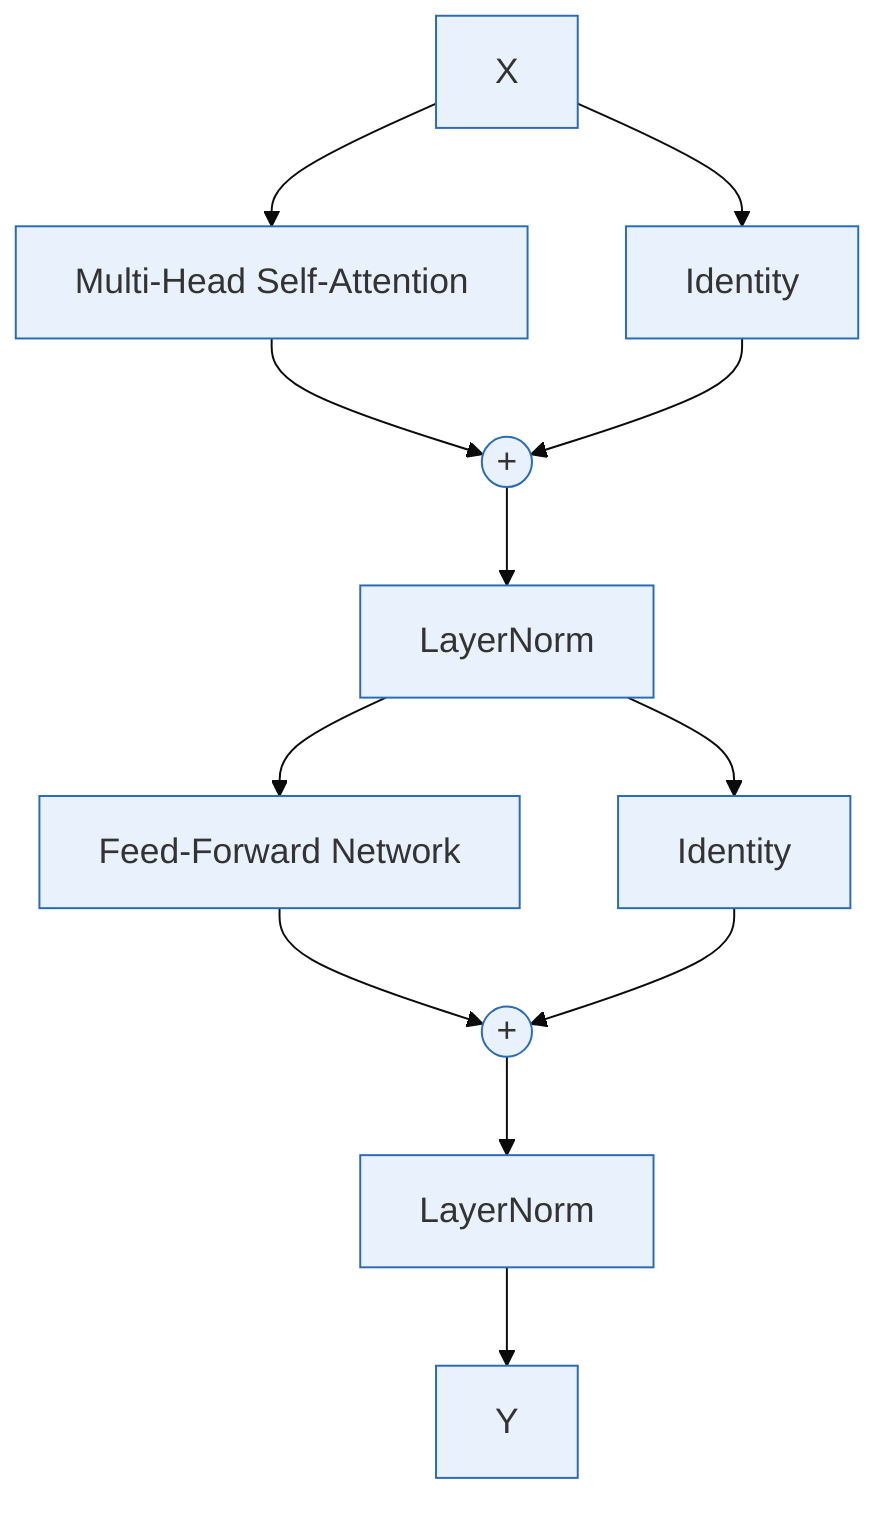
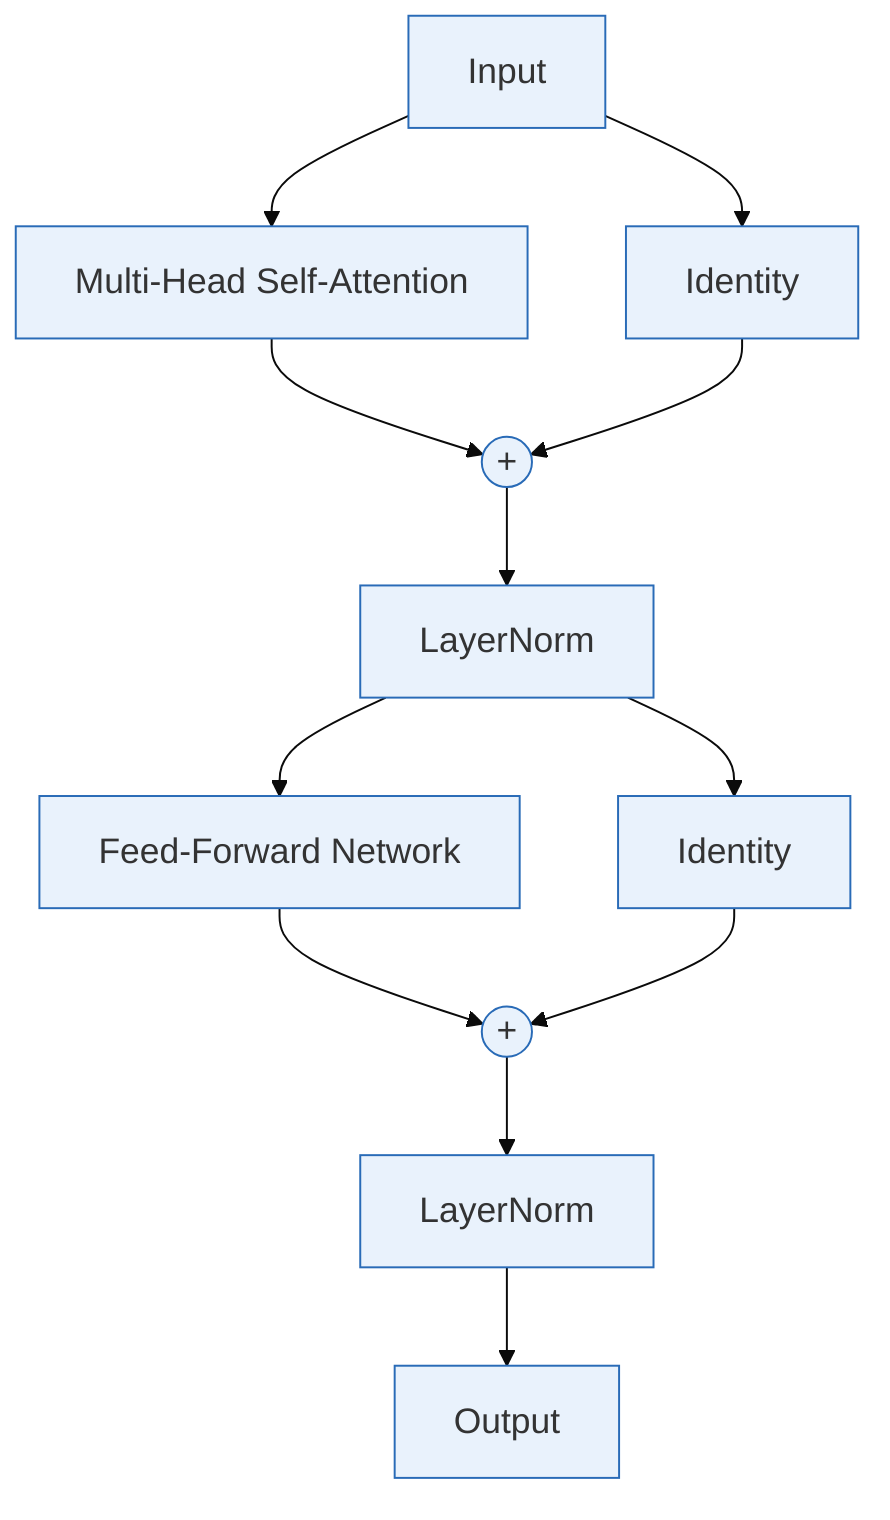
---
config:
  theme: base
  themeVariables:
    fontSize: "18px"
    primaryColor: "#e9f2fc"
    primaryBorderColor: "#296bb7"
    secondaryBorderColor: "#296bb7"
  flowchart:
    wrappingWidth: 250
---

flowchart TD
-   X[X]
+   X[Input]

  X --> MHA[Multi-Head Self-Attention]
  X --> Skip1[Identity]

  MHA --> Add1((+))
  Skip1 --> Add1

  Add1 --> LN1[LayerNorm]

  LN1 --> FFN[Feed-Forward Network]
  LN1 --> Skip2[Identity]

  FFN --> Add2((+))
  Skip2 --> Add2

  Add2 --> LN2[LayerNorm]
-   LN2 --> Y[Y]
+   LN2 --> Y[Output]
